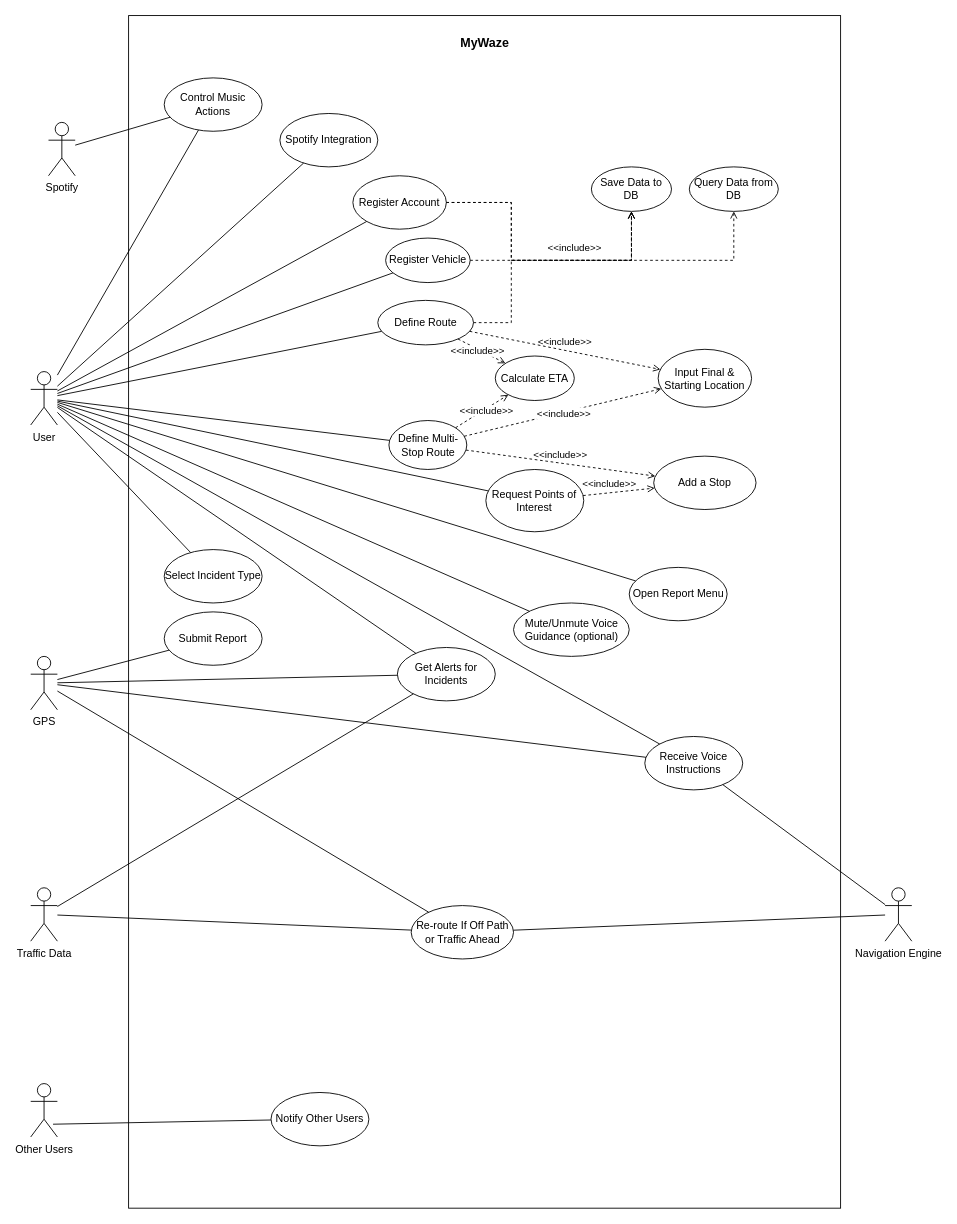
This is Diagrams/Use Cases/UseCaseGlobal.drawio from luislamy/msp, a draw.io file, before an edit. Source tidied: cells renumbered, new cells numbered last; positions are measured from the earlier drawing's top-left corner, leaving out a move shared by most shapes. Both pictures are drawn from the tidied source at 89%, with x=0, y=0 at pixel (30, 15).
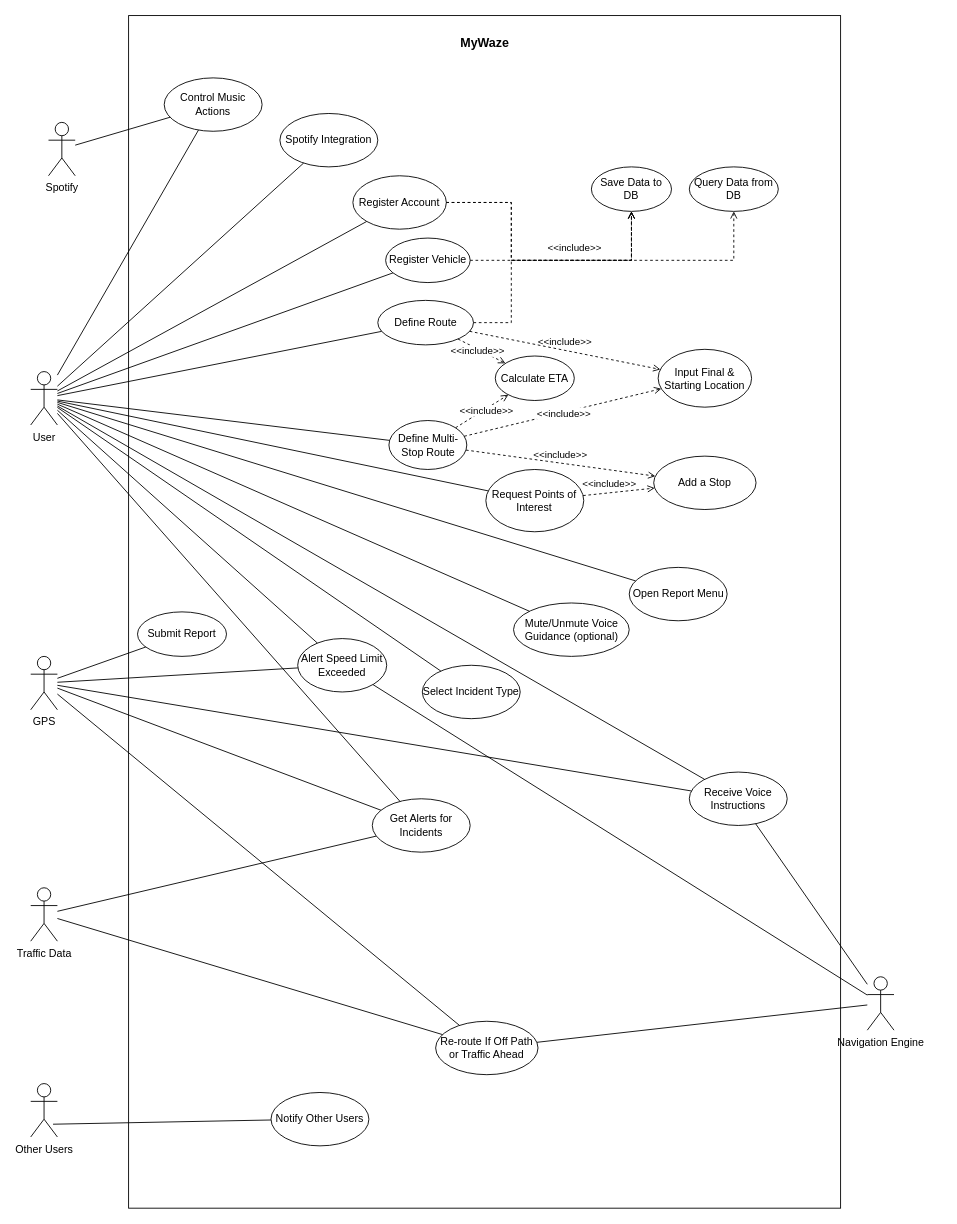
The same page after the edit.

Commit message (it also covers changes not shown here):
updated use case

Unchanged cells that the change refers to:
```xml
<mxCell id="4" value="User" style="shape=umlActor;html=1;verticalLabelPosition=bottom;verticalAlign=top;align=center;" parent="1" vertex="1">
  <mxGeometry y="400" width="30" height="60" as="geometry" />
</mxCell>
<mxCell id="6" value="GPS" style="shape=umlActor;html=1;verticalLabelPosition=bottom;verticalAlign=top;align=center;" parent="1" vertex="1">
  <mxGeometry y="720" width="30" height="60" as="geometry" />
</mxCell>
```

The edit, as a diff of the source:
```diff
@@
     <mxCell id="9" value="Navigation Engine" style="shape=umlActor;html=1;verticalLabelPosition=bottom;verticalAlign=top;align=center;" parent="1" vertex="1">
-      <mxGeometry x="960" y="980" width="30" height="60" as="geometry" />
+      <mxGeometry x="940" y="1080" width="30" height="60" as="geometry" />
     </mxCell>
@@
     <mxCell id="16" value="Receive Voice Instructions" style="ellipse;whiteSpace=wrap;html=1;" parent="1" vertex="1">
-      <mxGeometry x="690" y="810" width="110" height="60" as="geometry" />
+      <mxGeometry x="740" y="850" width="110" height="60" as="geometry" />
     </mxCell>
@@
     <mxCell id="18" value="Get Alerts for Incidents" style="ellipse;whiteSpace=wrap;html=1;" parent="1" vertex="1">
-      <mxGeometry x="412" y="710" width="110" height="60" as="geometry" />
+      <mxGeometry x="383.8" y="880" width="110" height="60" as="geometry" />
     </mxCell>
     <mxCell id="19" value="Re-route If Off Path or Traffic Ahead" style="ellipse;whiteSpace=wrap;html=1;" parent="1" vertex="1">
-      <mxGeometry x="427.5" y="1000" width="115" height="60" as="geometry" />
+      <mxGeometry x="455" y="1130" width="115" height="60" as="geometry" />
     </mxCell>
@@
     <mxCell id="21" value="Select Incident Type" style="ellipse;whiteSpace=wrap;html=1;" parent="1" vertex="1">
-      <mxGeometry x="150" y="600" width="110" height="60" as="geometry" />
+      <mxGeometry x="440" y="730" width="110" height="60" as="geometry" />
     </mxCell>
     <mxCell id="22" value="Submit Report" style="ellipse;whiteSpace=wrap;html=1;" parent="1" vertex="1">
-      <mxGeometry x="150" y="670" width="110" height="60" as="geometry" />
+      <mxGeometry x="120" y="670" width="100" height="50" as="geometry" />
     </mxCell>
@@
+    <mxCell id="62" value="Alert Speed Limit Exceeded" style="ellipse;whiteSpace=wrap;html=1;" parent="1" vertex="1">
+      <mxGeometry x="300" y="700" width="100" height="60" as="geometry" />
+    </mxCell>
+    <mxCell id="63" style="edgeStyle=none;html=1;endArrow=none;verticalAlign=bottom;rounded=0;" parent="1" edge="1" source="6" target="62">
+      <mxGeometry relative="1" as="geometry" />
+    </mxCell>
+    <mxCell id="64" style="edgeStyle=none;html=1;endArrow=none;verticalAlign=bottom;rounded=0;" parent="1" edge="1" source="9" target="62">
+      <mxGeometry relative="1" as="geometry" />
+    </mxCell>
+    <mxCell id="65" style="edgeStyle=none;html=1;endArrow=none;verticalAlign=bottom;rounded=0;" parent="1" edge="1" source="4" target="62">
+      <mxGeometry relative="1" as="geometry" />
+    </mxCell>
```
